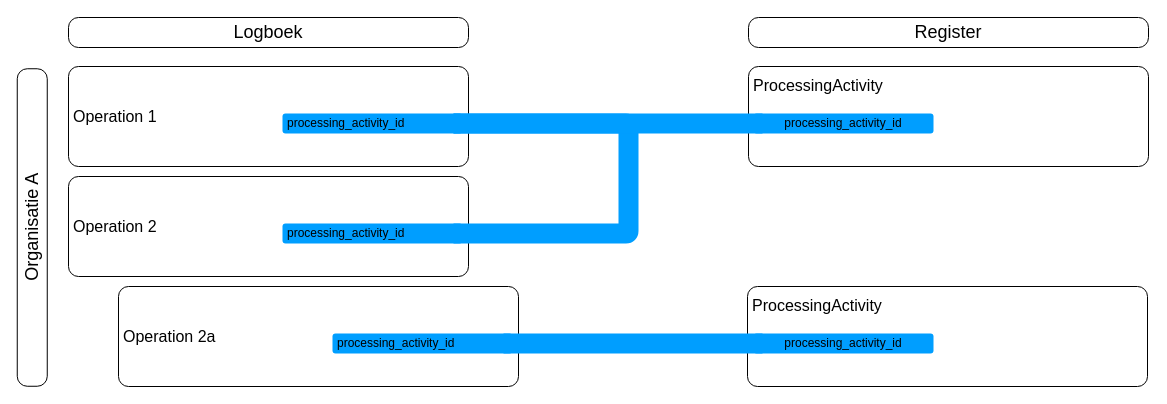
Above: page "afbeelding2" (4 of 15) of media/LogboekDataVerwerking.drawio in Logius-standaarden/logboek-dataverwerkingen-inleiding (draw.io), before the change. Source tidied: cells renumbered, new cells numbered last; positions are measured from the earlier drawing's top-left corner, leaving out a move shared by most shapes. Both pictures are drawn from the tidied source at 100%, with x=0, y=0 at pixel (-127, 17).
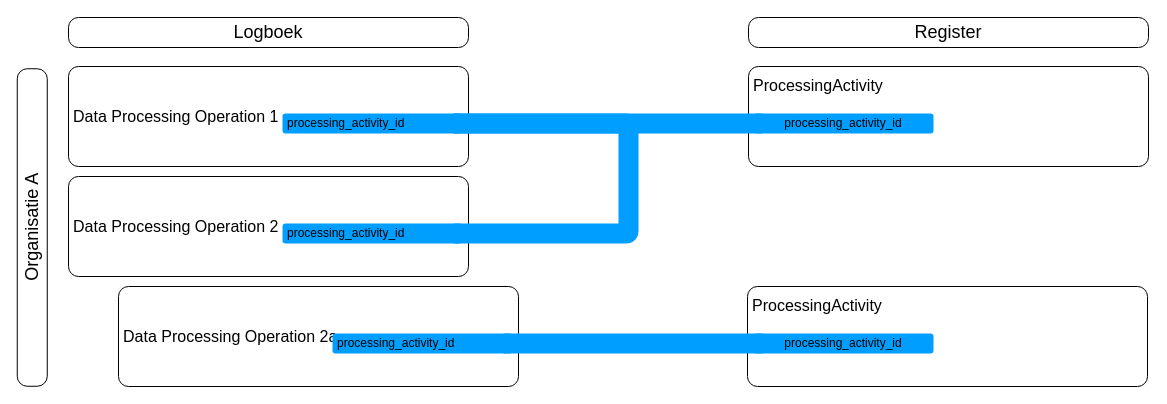
The same page after the edit.

Change to the diagram source:
```diff
@@
 <mxGraphModel>
   <root>
     <mxCell id="0" />
     <mxCell id="1" parent="0" />
-    <mxCell id="2" value="Operation 2" style="rounded=1;whiteSpace=wrap;html=1;align=left;fontSize=16;spacing=5;absoluteArcSize=1;" parent="1" vertex="1">
+    <mxCell id="2" value="Data Processing Operation 2" style="rounded=1;whiteSpace=wrap;html=1;align=left;fontSize=16;spacing=5;absoluteArcSize=1;" parent="1" vertex="1">
       <mxGeometry x="195" y="159" width="400" height="100" as="geometry" />
     </mxCell>
     <mxCell id="3" value="ProcessingActivity" style="rounded=1;whiteSpace=wrap;html=1;align=left;fontSize=16;spacing=5;absoluteArcSize=1;verticalAlign=top;" parent="1" vertex="1">
       <mxGeometry x="875" y="49" width="400" height="100" as="geometry" />
     </mxCell>
-    <mxCell id="4" value="Operation 1" style="rounded=1;whiteSpace=wrap;html=1;align=left;fontSize=16;spacing=5;absoluteArcSize=1;" parent="1" vertex="1">
+    <mxCell id="4" value="Data Processing Operation 1" style="rounded=1;whiteSpace=wrap;html=1;align=left;fontSize=16;spacing=5;absoluteArcSize=1;" parent="1" vertex="1">
       <mxGeometry x="195" y="49" width="400" height="100" as="geometry" />
     </mxCell>
     <mxCell id="5" value="Organisatie A" style="text;html=1;align=center;verticalAlign=middle;whiteSpace=wrap;rounded=1;rotation=-90;fontSize=18;fillColor=none;strokeColor=default;absoluteArcSize=1;" parent="1" vertex="1">
       <mxGeometry y="195" width="317.5" height="30" as="geometry" />
     </mxCell>
     <mxCell id="6" value="Logboek" style="text;html=1;align=center;verticalAlign=middle;whiteSpace=wrap;rounded=1;rotation=0;fontSize=18;fillColor=none;strokeColor=default;absoluteArcSize=1;" parent="1" vertex="1">
       <mxGeometry x="195" width="400" height="30" as="geometry" />
     </mxCell>
     <mxCell id="7" value="Register" style="text;html=1;align=center;verticalAlign=middle;whiteSpace=wrap;rounded=1;rotation=0;fontSize=18;fillColor=none;strokeColor=default;absoluteArcSize=1;" parent="1" vertex="1">
       <mxGeometry x="875" width="400" height="30" as="geometry" />
     </mxCell>
     <mxCell id="8" style="edgeStyle=orthogonalEdgeStyle;rounded=1;jettySize=auto;html=1;entryX=0.95;entryY=0.5;entryDx=0;entryDy=0;entryPerimeter=0;endArrow=none;startFill=0;strokeWidth=20;exitX=0.95;exitY=0.5;exitDx=0;exitDy=0;exitPerimeter=0;strokeColor=#009EFF;curved=0;arcSize=5;" parent="1" edge="1" source="10" target="11">
       <mxGeometry relative="1" as="geometry">
         <Array as="points">
           <mxPoint x="755" y="106" />
           <mxPoint x="755" y="216" />
         </Array>
       </mxGeometry>
     </mxCell>
     <mxCell id="9" style="edgeStyle=orthogonalEdgeStyle;rounded=1;jettySize=auto;html=1;endArrow=none;startFill=0;strokeWidth=20;exitX=0.95;exitY=0.5;exitDx=0;exitDy=0;exitPerimeter=0;strokeColor=#009EFF;curved=0;arcSize=5;entryX=0.05;entryY=0.5;entryDx=0;entryDy=0;entryPerimeter=0;" parent="1" edge="1" source="10" target="12">
       <mxGeometry relative="1" as="geometry" />
     </mxCell>
     <mxCell id="10" value="processing_activity_id" style="rounded=1;whiteSpace=wrap;html=1;strokeColor=none;fillColor=#009EFF;points=[[0,0,0,0,0],[0,0.25,0,0,0],[0,0.75,0,0,0],[0,1,0,0,0],[0.05,0.5,0,0,0],[0.25,0,0,0,0],[0.25,1,0,0,0],[0.5,0,0,0,0],[0.5,1,0,0,0],[0.75,0,0,0,0],[0.75,1,0,0,0],[0.95,0.5,0,0,0],[1,0,0,0,0],[1,0.25,0,0,0],[1,0.75,0,0,0],[1,1,0,0,0]];align=left;spacing=5;" parent="1" vertex="1">
       <mxGeometry x="409" y="96" width="180" height="20" as="geometry" />
     </mxCell>
     <mxCell id="11" value="processing_activity_id" style="rounded=1;whiteSpace=wrap;html=1;strokeColor=none;fillColor=#009EFF;points=[[0,0,0,0,0],[0,0.25,0,0,0],[0,0.75,0,0,0],[0,1,0,0,0],[0.05,0.5,0,0,0],[0.25,0,0,0,0],[0.25,1,0,0,0],[0.5,0,0,0,0],[0.5,1,0,0,0],[0.75,0,0,0,0],[0.75,1,0,0,0],[0.95,0.5,0,0,0],[1,0,0,0,0],[1,0.25,0,0,0],[1,0.75,0,0,0],[1,1,0,0,0]];align=left;spacing=5;" parent="1" vertex="1">
       <mxGeometry x="409" y="206" width="180" height="20" as="geometry" />
     </mxCell>
     <mxCell id="12" value="processing_activity_id" style="rounded=1;whiteSpace=wrap;html=1;strokeColor=none;fillColor=#009EFF;points=[[0,0,0,0,0],[0,0.25,0,0,0],[0,0.75,0,0,0],[0,1,0,0,0],[0.05,0.5,0,0,0],[0.25,0,0,0,0],[0.25,1,0,0,0],[0.5,0,0,0,0],[0.5,1,0,0,0],[0.75,0,0,0,0],[0.75,1,0,0,0],[0.95,0.5,0,0,0],[1,0,0,0,0],[1,0.25,0,0,0],[1,0.75,0,0,0],[1,1,0,0,0]];align=center;spacing=5;" parent="1" vertex="1">
       <mxGeometry x="880" y="96" width="180" height="20" as="geometry" />
     </mxCell>
-    <mxCell id="13" value="Operation 2a" style="rounded=1;whiteSpace=wrap;html=1;align=left;fontSize=16;spacing=5;absoluteArcSize=1;" parent="1" vertex="1">
+    <mxCell id="13" value="Data Processing Operation 2a" style="rounded=1;whiteSpace=wrap;html=1;align=left;fontSize=16;spacing=5;absoluteArcSize=1;" parent="1" vertex="1">
       <mxGeometry x="245" y="269" width="400" height="100" as="geometry" />
     </mxCell>
     <mxCell id="14" value="ProcessingActivity" style="rounded=1;whiteSpace=wrap;html=1;align=left;fontSize=16;spacing=5;absoluteArcSize=1;verticalAlign=top;" parent="1" vertex="1">
       <mxGeometry x="874" y="269" width="400" height="100" as="geometry" />
     </mxCell>
     <mxCell id="15" style="edgeStyle=orthogonalEdgeStyle;rounded=1;jettySize=auto;html=1;endArrow=none;startFill=0;strokeWidth=20;strokeColor=#009EFF;curved=0;arcSize=5;exitX=0.05;exitY=0.5;exitDx=0;exitDy=0;exitPerimeter=0;entryX=0.95;entryY=0.5;entryDx=0;entryDy=0;entryPerimeter=0;" parent="1" edge="1" source="17" target="16">
       <mxGeometry relative="1" as="geometry" />
     </mxCell>
     <mxCell id="16" value="processing_activity_id" style="rounded=1;whiteSpace=wrap;html=1;strokeColor=none;fillColor=#009EFF;points=[[0,0,0,0,0],[0,0.25,0,0,0],[0,0.75,0,0,0],[0,1,0,0,0],[0.05,0.5,0,0,0],[0.25,0,0,0,0],[0.25,1,0,0,0],[0.5,0,0,0,0],[0.5,1,0,0,0],[0.75,0,0,0,0],[0.75,1,0,0,0],[0.95,0.5,0,0,0],[1,0,0,0,0],[1,0.25,0,0,0],[1,0.75,0,0,0],[1,1,0,0,0]];align=left;spacing=5;" parent="1" vertex="1">
       <mxGeometry x="459" y="316" width="180" height="20" as="geometry" />
     </mxCell>
     <mxCell id="17" value="processing_activity_id" style="rounded=1;whiteSpace=wrap;html=1;strokeColor=none;fillColor=#009EFF;points=[[0,0,0,0,0],[0,0.25,0,0,0],[0,0.75,0,0,0],[0,1,0,0,0],[0.05,0.5,0,0,0],[0.25,0,0,0,0],[0.25,1,0,0,0],[0.5,0,0,0,0],[0.5,1,0,0,0],[0.75,0,0,0,0],[0.75,1,0,0,0],[0.95,0.5,0,0,0],[1,0,0,0,0],[1,0.25,0,0,0],[1,0.75,0,0,0],[1,1,0,0,0]];align=center;spacing=5;" parent="1" vertex="1">
       <mxGeometry x="880" y="316" width="180" height="20" as="geometry" />
     </mxCell>
   </root>
 </mxGraphModel>
```
